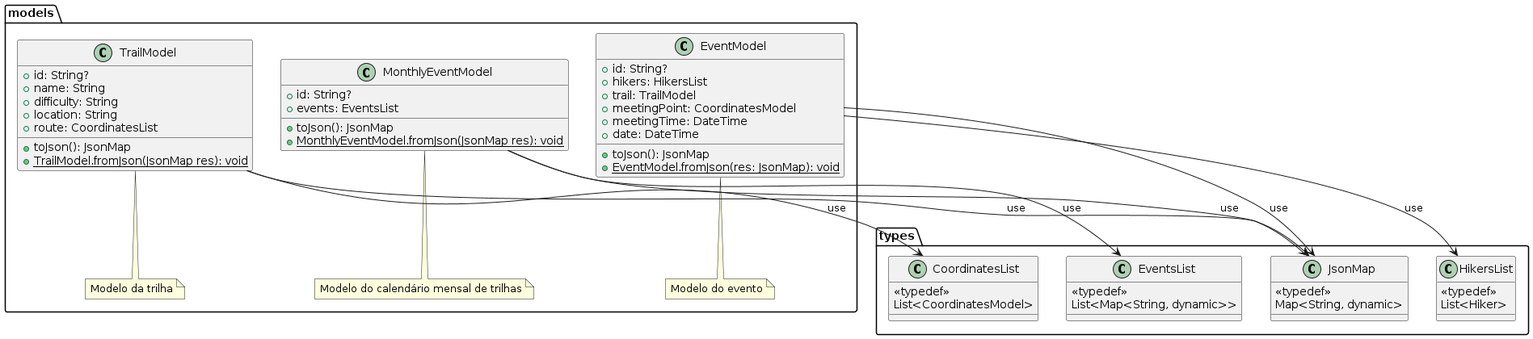
This is docs/diagrams/out/class_diagrams/pe_na_pedra_class_diagram_2.png from tiagors09/pe_na_pedra, a PlantUML export, as it was before one commit.
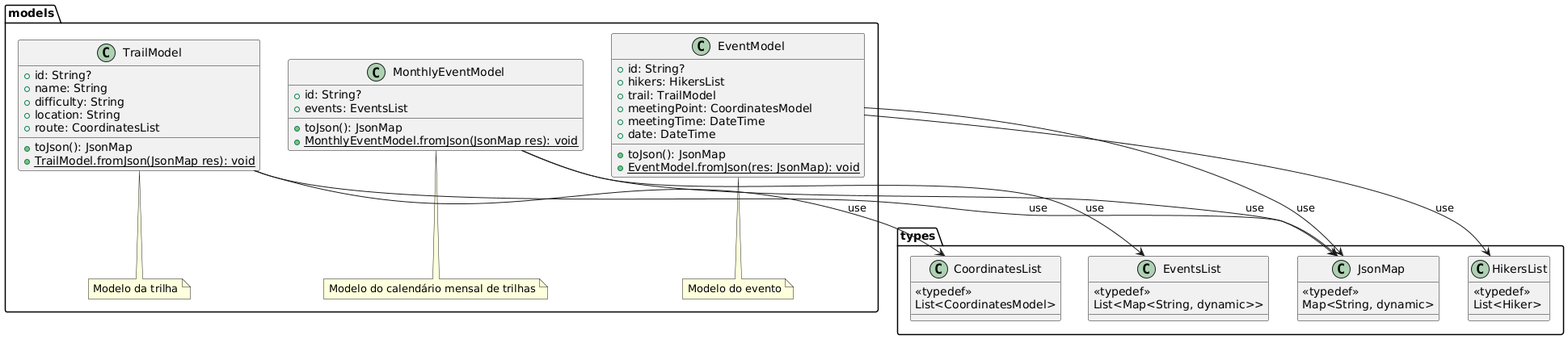
Above is the later version.

Change to the diagram source:
```diff
@@ -1,4 +1,4 @@
-@startuml pe_na_pedra_class_diagram_2
+@startuml
 package types {
   class JsonMap {
     <<typedef>>
```
